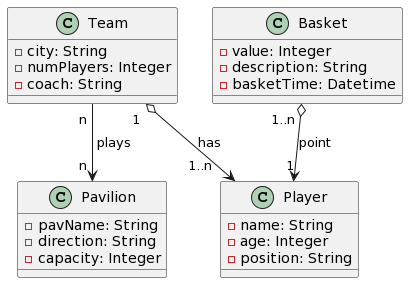
Above: docs/basketball.models.png in wzzzzwwzw/apaw-practice (PlantUML), before the change.
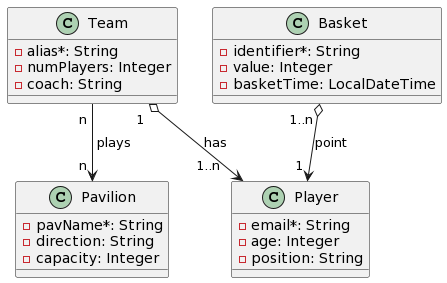
The same file after the commit.

Commit message:
Updated UML model diagram #589

Diff of the diagram source:
```diff
@@ -1,33 +1,30 @@
 @startuml
 class Team {
-    - city: String
+    - alias*: String
     - numPlayers: Integer
     - coach: String
 }
 
 class Player {
-    - name: String
+    - email*: String
     - age: Integer
     - position: String
 }
 
 class Basket {
+    - identifier*: String
     - value: Integer
-    - description: String
-    - basketTime: Datetime
+    - basketTime: LocalDateTime
 }
 
 
 class Pavilion {
-    - pavName: String
+    - pavName*: String
     - direction: String
     - capacity: Integer
 }
 
-Team " 1   " o--> "1..n   " Player: has
-
+Team " 1   " o--> "1..n   " Player : has
 Team " n " --> "n " Pavilion :  " plays"
-
-
-Basket "1..n " o--> " 1" Player :  point
+Basket"1..n " o--> " 1 " Player :  point
 @enduml
```
